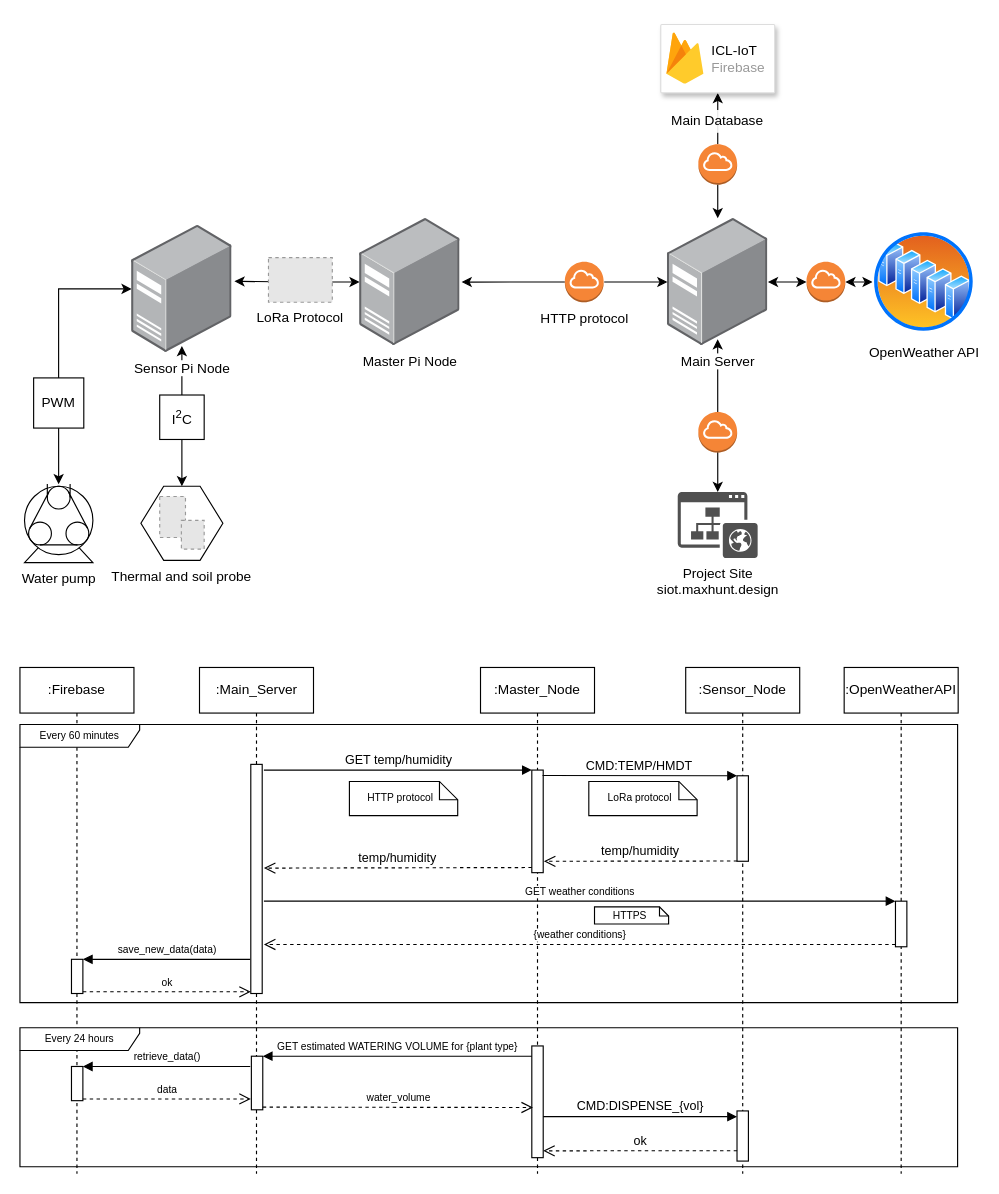
maxDeCod3r/DE4-SIoT keeps this draw.io diagram as diagrams/source/Hardware block diagram.drawio. Above is the earlier version. Source tidied: cells renumbered, new cells numbered last; positions are measured from the earlier drawing's top-left corner, leaving out a move shared by most shapes. Both pictures are drawn from the tidied source at 114%, with x=0, y=0 at pixel (19, 24). Pictures stored in the file or linked from it are replaced by grey dashed boxes.
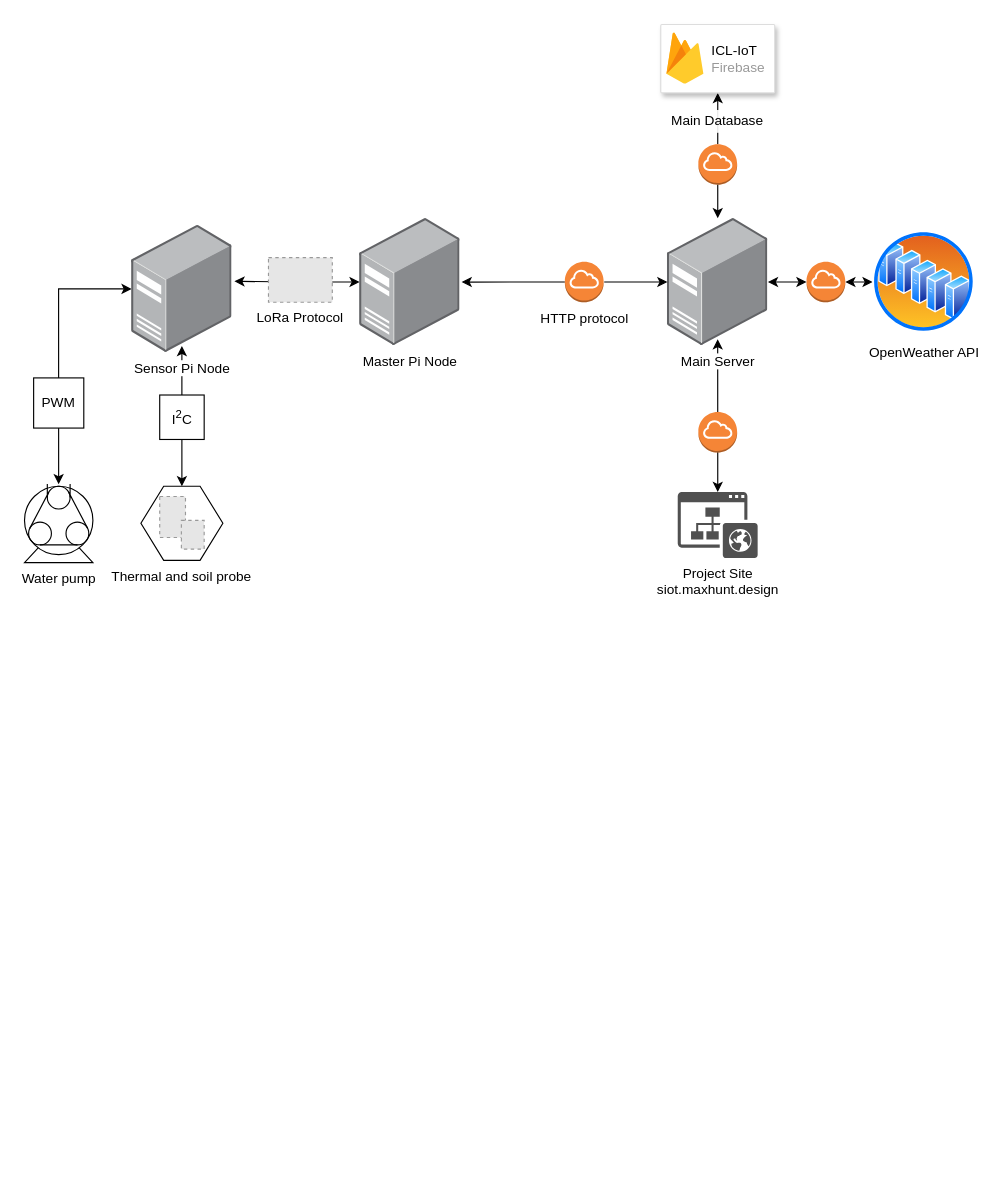
After the change.

Change to the diagram source:
```diff
@@
-    <mxCell id="2" value=":Firebase" style="shape=umlLifeline;perimeter=lifelinePerimeter;whiteSpace=wrap;html=1;" parent="1" vertex="1">
-      <mxGeometry y="564" width="100" height="444" as="geometry" />
-    </mxCell>
-    <mxCell id="3" style="html=1;points=[];perimeter=orthogonalPerimeter;fontSize=9;" parent="2" vertex="1">
-      <mxGeometry x="45.2" y="256" width="10" height="30" as="geometry" />
-    </mxCell>
-    <mxCell id="4" value="save_new_data(data)" style="html=1;verticalAlign=bottom;endArrow=block;entryX=1;entryY=0;fillColor=#FFD966;fontSize=9;" parent="2" edge="1" target="3">
-      <mxGeometry relative="1" as="geometry">
-        <mxPoint x="202" y="256" as="sourcePoint" />
-      </mxGeometry>
-    </mxCell>
-    <mxCell id="5" style="html=1;points=[];perimeter=orthogonalPerimeter;fontSize=9;" parent="2" vertex="1">
-      <mxGeometry x="45.2" y="350" width="10" height="30" as="geometry" />
-    </mxCell>
-    <mxCell id="6" value="retrieve_data()" style="html=1;verticalAlign=bottom;endArrow=block;entryX=1;entryY=0;fillColor=#FFD966;fontSize=9;" parent="2" edge="1" target="5">
-      <mxGeometry relative="1" as="geometry">
-        <mxPoint x="202" y="350" as="sourcePoint" />
-      </mxGeometry>
-    </mxCell>
-    <mxCell id="7" value="data" style="html=1;verticalAlign=bottom;endArrow=open;dashed=1;endSize=8;exitX=1;exitY=0.95;fillColor=#FFD966;fontSize=9;" parent="2" edge="1" source="5">
-      <mxGeometry relative="1" as="geometry">
-        <mxPoint x="202.5" y="378.5" as="targetPoint" />
-      </mxGeometry>
-    </mxCell>
@@
-    <mxCell id="30" value=":Sensor_Node" style="shape=umlLifeline;perimeter=lifelinePerimeter;whiteSpace=wrap;html=1;" parent="1" vertex="1">
-      <mxGeometry x="584" y="564" width="100" height="444" as="geometry" />
-    </mxCell>
-    <mxCell id="31" style="html=1;points=[];perimeter=orthogonalPerimeter;" parent="30" vertex="1">
-      <mxGeometry x="45" y="95" width="10" height="75" as="geometry" />
-    </mxCell>
-    <mxCell id="32" style="html=1;perimeter=orthogonalPerimeter;" parent="30" vertex="1">
-      <mxGeometry x="45" y="389" width="10" height="44" as="geometry" />
-    </mxCell>
-    <mxCell id="33" value=":Master_Node" style="shape=umlLifeline;perimeter=lifelinePerimeter;whiteSpace=wrap;html=1;" parent="1" vertex="1">
-      <mxGeometry x="404" y="564" width="100" height="444" as="geometry" />
-    </mxCell>
-    <mxCell id="34" style="html=1;points=[];perimeter=orthogonalPerimeter;" parent="33" vertex="1">
-      <mxGeometry x="45" y="90" width="10" height="90" as="geometry" />
-    </mxCell>
-    <mxCell id="35" style="html=1;perimeter=orthogonalPerimeter;fontSize=9;" parent="33" vertex="1">
-      <mxGeometry x="45" y="332" width="10" height="98" as="geometry" />
-    </mxCell>
-    <mxCell id="36" value=":Main_Server" style="shape=umlLifeline;perimeter=lifelinePerimeter;whiteSpace=wrap;html=1;" parent="1" vertex="1">
-      <mxGeometry x="157.5" y="564" width="100" height="444" as="geometry" />
-    </mxCell>
-    <mxCell id="37" style="html=1;points=[];perimeter=orthogonalPerimeter;" parent="36" vertex="1">
-      <mxGeometry x="45" y="85" width="10" height="201" as="geometry" />
-    </mxCell>
-    <mxCell id="38" style="html=1;points=[];perimeter=orthogonalPerimeter;fontSize=9;" parent="36" vertex="1">
-      <mxGeometry x="45.5" y="341" width="10" height="47" as="geometry" />
-    </mxCell>
-    <mxCell id="39" value="GET temp/humidity" style="html=1;verticalAlign=bottom;endArrow=block;entryX=0;entryY=0;fillColor=#FFD966;" parent="1" edge="1" target="34">
-      <mxGeometry relative="1" as="geometry">
-        <mxPoint x="214" y="654" as="sourcePoint" />
-      </mxGeometry>
-    </mxCell>
-    <mxCell id="40" value="temp/humidity" style="html=1;verticalAlign=bottom;endArrow=open;dashed=1;endSize=8;exitX=0;exitY=0.95;fillColor=#FFD966;" parent="1" edge="1" source="34">
-      <mxGeometry relative="1" as="geometry">
-        <mxPoint x="214" y="740" as="targetPoint" />
-      </mxGeometry>
-    </mxCell>
-    <mxCell id="41" value="temp/humidity" style="html=1;verticalAlign=bottom;endArrow=open;dashed=1;endSize=8;exitX=0.014;exitY=0.997;fillColor=#FFD966;entryX=1.06;entryY=0.889;entryDx=0;entryDy=0;entryPerimeter=0;exitDx=0;exitDy=0;exitPerimeter=0;" parent="1" edge="1" source="31" target="34">
-      <mxGeometry relative="1" as="geometry" />
-    </mxCell>
-    <mxCell id="42" value="CMD:TEMP/HMDT" style="html=1;verticalAlign=bottom;endArrow=block;entryX=0;entryY=0;fillColor=#FFD966;exitX=0.945;exitY=0.053;exitDx=0;exitDy=0;exitPerimeter=0;" parent="1" edge="1" source="34" target="31">
-      <mxGeometry relative="1" as="geometry" />
-    </mxCell>
-    <mxCell id="43" style="shape=note2;boundedLbl=1;whiteSpace=wrap;html=1;size=16;verticalAlign=top;align=center;" parent="1" vertex="1">
-      <mxGeometry x="499" y="664" width="95" height="30" as="geometry" />
-    </mxCell>
-    <mxCell id="44" value="LoRa protocol&#10;" style="text;align=center;fontStyle=0;verticalAlign=middle;spacingLeft=3;spacingRight=3;strokeColor=none;fontSize=9;" parent="1" vertex="1">
-      <mxGeometry x="504" y="679" width="80" height="10" as="geometry" />
-    </mxCell>
-    <mxCell id="45" style="shape=note2;boundedLbl=1;whiteSpace=wrap;html=1;size=16;verticalAlign=top;align=center;" parent="1" vertex="1">
-      <mxGeometry x="289" y="664" width="95" height="30" as="geometry" />
-    </mxCell>
-    <mxCell id="46" value="HTTP protocol&#10;" style="text;align=center;fontStyle=0;verticalAlign=middle;spacingLeft=3;spacingRight=3;strokeColor=none;fontSize=9;" parent="1" vertex="1">
-      <mxGeometry x="294" y="679" width="80" height="10" as="geometry" />
-    </mxCell>
-    <mxCell id="47" value=":OpenWeatherAPI" style="shape=umlLifeline;perimeter=lifelinePerimeter;whiteSpace=wrap;html=1;" parent="1" vertex="1">
-      <mxGeometry x="723" y="564" width="100" height="444" as="geometry" />
-    </mxCell>
-    <mxCell id="48" style="html=1;points=[];perimeter=orthogonalPerimeter;fontSize=9;" parent="47" vertex="1">
-      <mxGeometry x="45" y="205" width="10" height="40" as="geometry" />
-    </mxCell>
-    <mxCell id="49" value="GET weather conditions" style="html=1;verticalAlign=bottom;endArrow=block;entryX=0;entryY=0;fillColor=#FFD966;fontSize=9;" parent="1" edge="1" target="48">
-      <mxGeometry relative="1" as="geometry">
-        <mxPoint x="214" y="769" as="sourcePoint" />
-      </mxGeometry>
-    </mxCell>
-    <mxCell id="50" value="{weather conditions}" style="html=1;verticalAlign=bottom;endArrow=open;dashed=1;endSize=8;exitX=0;exitY=0.95;fillColor=#FFD966;fontSize=9;" parent="1" edge="1" source="48">
-      <mxGeometry relative="1" as="geometry">
-        <mxPoint x="214" y="807" as="targetPoint" />
-      </mxGeometry>
-    </mxCell>
-    <mxCell id="51" style="shape=note2;boundedLbl=1;whiteSpace=wrap;html=1;size=8;verticalAlign=top;align=center;" parent="1" vertex="1">
-      <mxGeometry x="504" y="774" width="65" height="15" as="geometry" />
-    </mxCell>
-    <mxCell id="52" value="HTTPS" style="text;align=center;fontStyle=0;verticalAlign=middle;spacingLeft=3;spacingRight=3;strokeColor=none;fontSize=9;" parent="1" vertex="1">
-      <mxGeometry x="504" y="776.5" width="62.5" height="10" as="geometry" />
-    </mxCell>
-    <mxCell id="53" value="Every 60 minutes" style="shape=umlFrame;whiteSpace=wrap;html=1;fontSize=9;width=105;height=20;" parent="1" vertex="1">
-      <mxGeometry y="614" width="822.5" height="244" as="geometry" />
-    </mxCell>
-    <mxCell id="54" value="Every 24 hours" style="shape=umlFrame;whiteSpace=wrap;html=1;fontSize=9;width=105;height=20;" parent="1" vertex="1">
-      <mxGeometry y="880" width="822.5" height="122" as="geometry" />
-    </mxCell>
-    <mxCell id="55" value="GET estimated WATERING VOLUME for {plant type}" style="html=1;verticalAlign=bottom;endArrow=block;entryX=1;entryY=0;fillColor=#FFD966;fontSize=9;" parent="1" edge="1" target="38">
-      <mxGeometry relative="1" as="geometry">
-        <mxPoint x="449" y="905" as="sourcePoint" />
-      </mxGeometry>
-    </mxCell>
-    <mxCell id="56" value="water_volume" style="html=1;verticalAlign=bottom;endArrow=open;dashed=1;endSize=8;exitX=1;exitY=0.95;fillColor=#FFD966;fontSize=9;" parent="1" edge="1" source="38">
-      <mxGeometry relative="1" as="geometry">
-        <mxPoint x="450" y="950" as="targetPoint" />
-      </mxGeometry>
-    </mxCell>
-    <mxCell id="57" value="CMD:DISPENSE_{vol}" style="html=1;verticalAlign=bottom;endArrow=block;entryX=0;entryY=0;fillColor=#FFD966;" parent="1" edge="1">
-      <mxGeometry relative="1" as="geometry">
-        <mxPoint x="459" y="958" as="sourcePoint" />
-        <mxPoint x="629" y="958" as="targetPoint" />
-      </mxGeometry>
-    </mxCell>
-    <mxCell id="58" value="ok" style="html=1;verticalAlign=bottom;endArrow=open;dashed=1;endSize=8;exitX=0.014;exitY=0.997;fillColor=#FFD966;exitDx=0;exitDy=0;exitPerimeter=0;" parent="1" edge="1">
-      <mxGeometry relative="1" as="geometry">
-        <mxPoint x="629.1" y="987.9" as="sourcePoint" />
-        <mxPoint x="459" y="988" as="targetPoint" />
-      </mxGeometry>
-    </mxCell>
@@
-    <mxCell id="65" value="ok" style="html=1;verticalAlign=bottom;endArrow=open;dashed=1;endSize=8;exitX=1;exitY=0.95;fillColor=#FFD966;fontSize=9;" parent="1" edge="1" source="3" target="37">
-      <mxGeometry relative="1" as="geometry" />
-    </mxCell>
```
